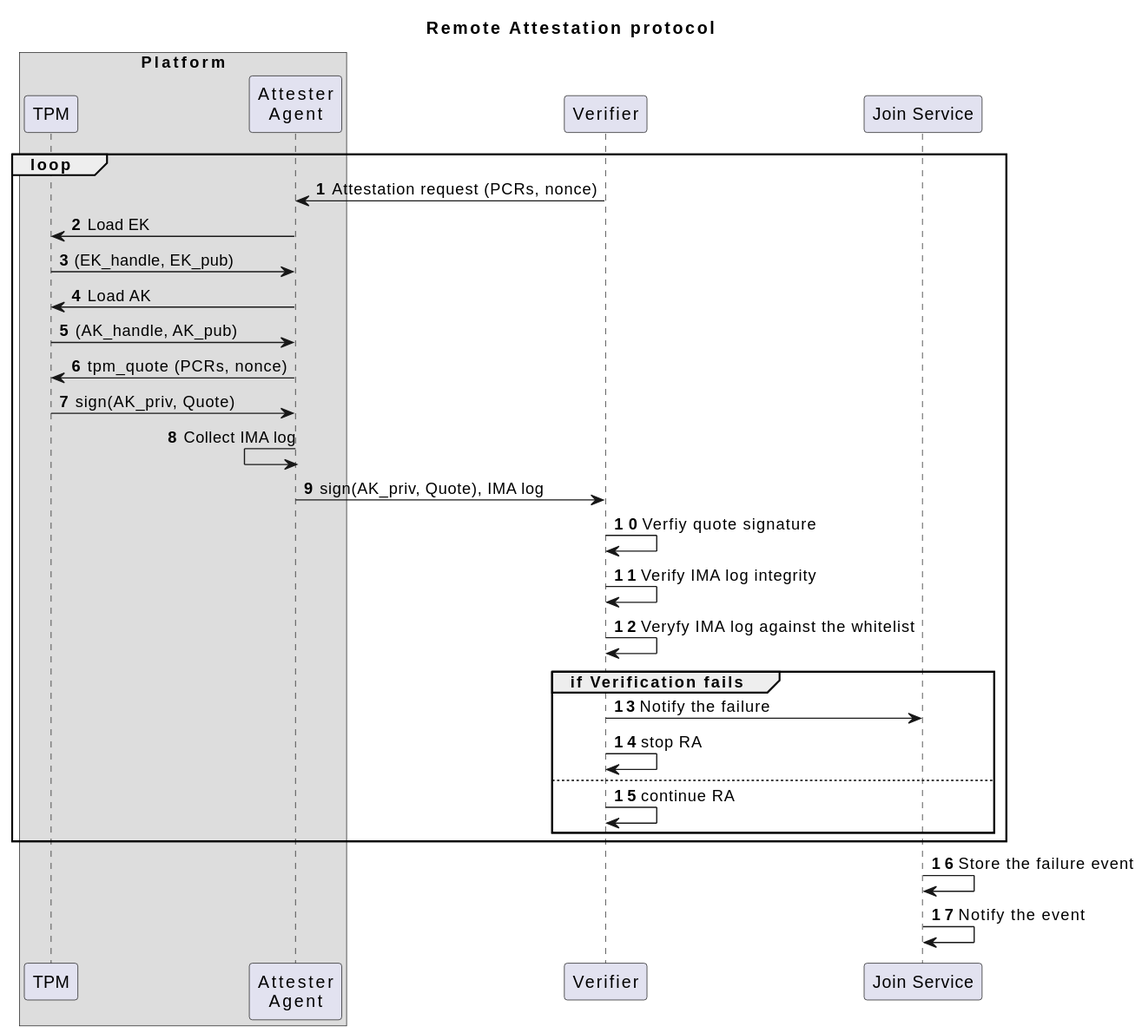
Earlier version of the PlantUML export docs/protocols/remote_attestation.svg (Cybersecurity-LINKS/embrave).
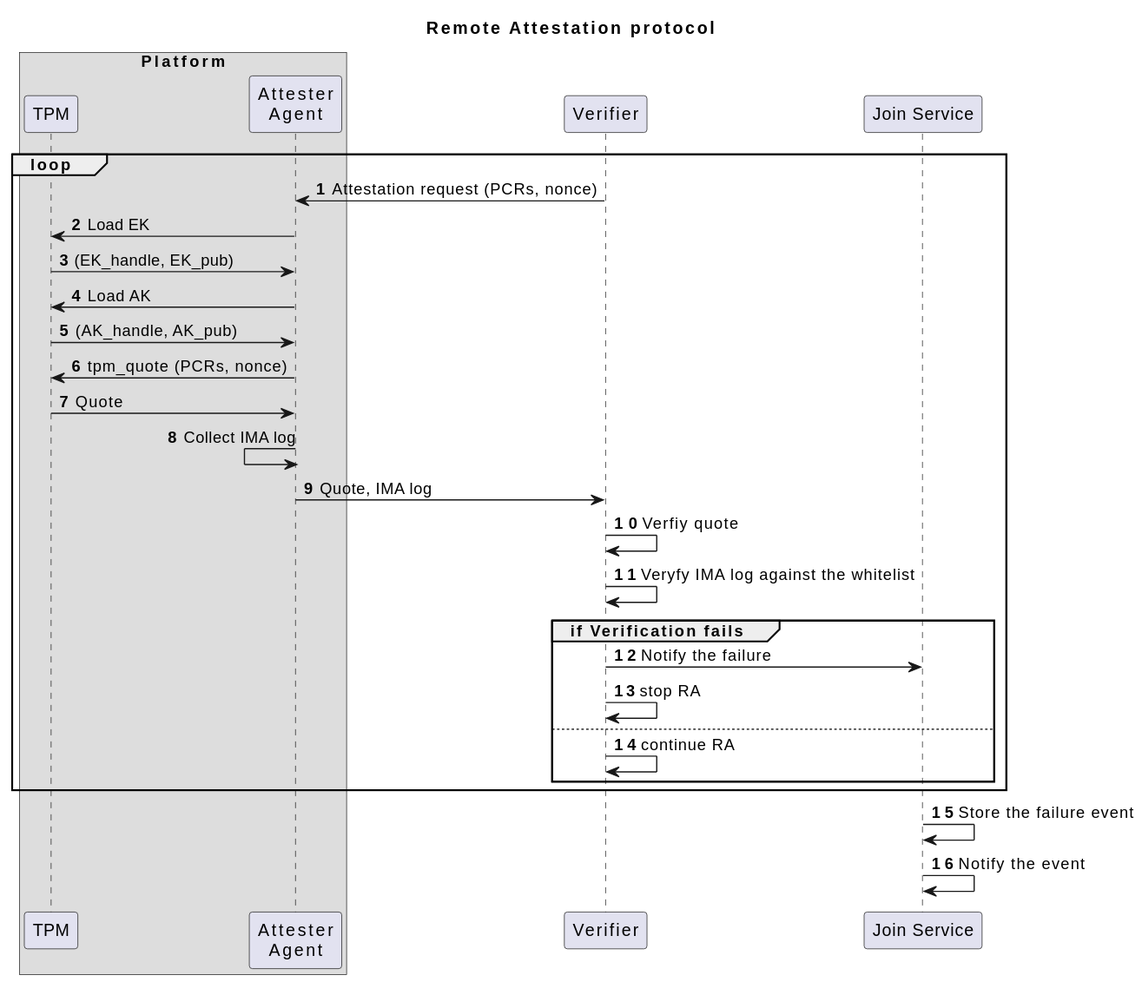
After the change.

The edit, as a diff of the source:
```diff
@@ -19,11 +19,10 @@
 attester_agent->TPM: Load AK
 TPM->attester_agent: (AK_handle, AK_pub)
 attester_agent->TPM: tpm_quote (PCRs, nonce)
-TPM->attester_agent: sign(AK_priv, Quote)
+TPM->attester_agent: Quote
 attester_agent<-attester_agent: Collect IMA log
-attester_agent->verifier: sign(AK_priv, Quote), IMA log
-verifier->verifier: Verfiy quote signature
-verifier->verifier: Verify IMA log integrity
+attester_agent->verifier: Quote, IMA log
+verifier->verifier: Verfiy quote
 verifier->verifier: Veryfy IMA log against the whitelist
 group if Verification fails
   verifier -> join_service: Notify the failure
```
